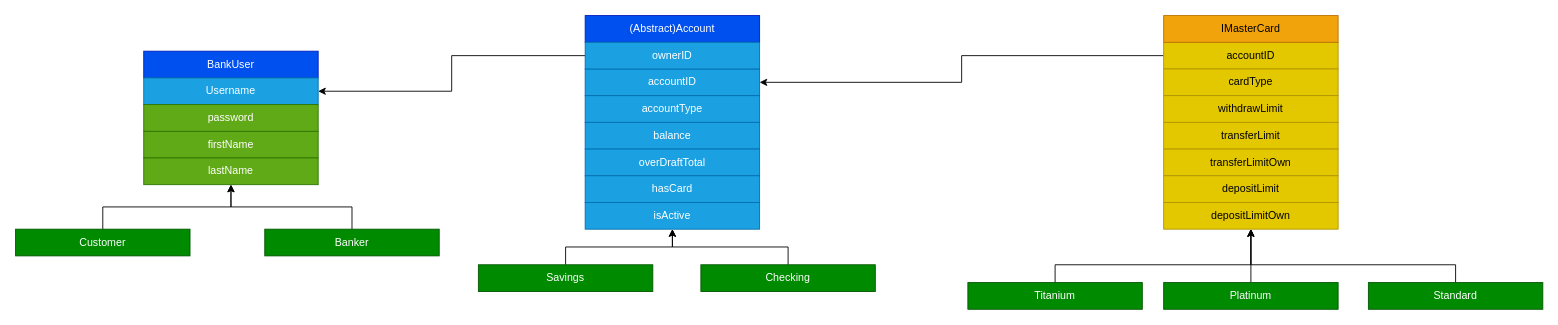
Salah-Dawood/Bank-with-Java keeps this draw.io diagram as Bank ERD.drawio. Above is the earlier version. Source tidied: cells renumbered, new cells numbered last; positions are measured from the earlier drawing's top-left corner, leaving out a move shared by most shapes. Both pictures are drawn from the tidied source at 89%, with x=0, y=0 at pixel (15, 15).
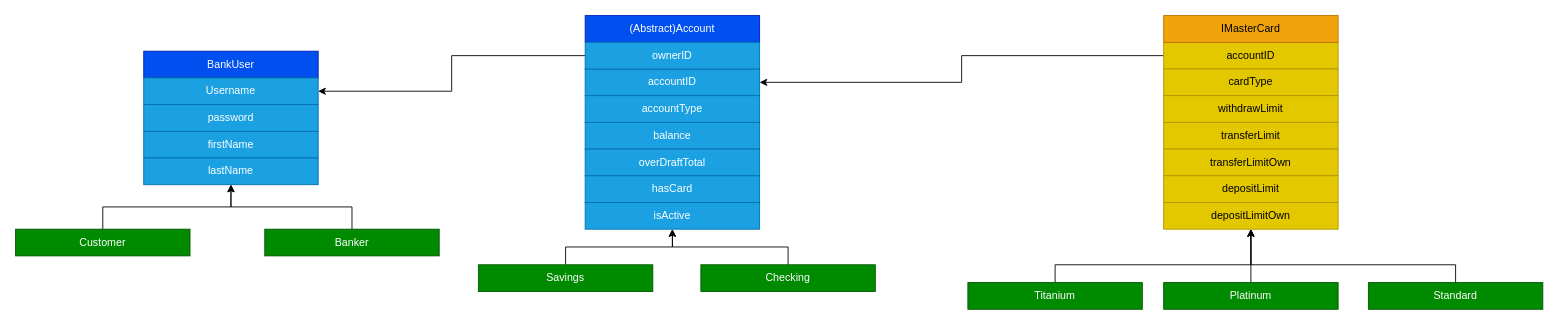
Above is the later version.

Diff of the diagram source:
```diff
@@
-    <mxCell id="2" value="firstName" style="rounded=0;whiteSpace=wrap;html=1;fillColor=#60a917;strokeColor=#2D7600;fontColor=#ffffff;" parent="1" vertex="1">
+    <mxCell id="2" value="firstName" style="rounded=0;whiteSpace=wrap;html=1;fillColor=#1ba1e2;strokeColor=#006EAF;fontColor=#ffffff;" parent="1" vertex="1">
       <mxGeometry x="144" y="130" width="196" height="30" as="geometry" />
     </mxCell>
@@
-    <mxCell id="5" value="password" style="rounded=0;whiteSpace=wrap;html=1;fillColor=#60a917;fontColor=#ffffff;strokeColor=#2D7600;" parent="1" vertex="1">
+    <mxCell id="5" value="password" style="rounded=0;whiteSpace=wrap;html=1;fillColor=#1ba1e2;fontColor=#ffffff;strokeColor=#006EAF;" parent="1" vertex="1">
       <mxGeometry x="144" y="100" width="196" height="30" as="geometry" />
     </mxCell>
-    <mxCell id="6" value="lastName" style="rounded=0;whiteSpace=wrap;html=1;fillColor=#60a917;fontColor=#ffffff;strokeColor=#2D7600;" parent="1" vertex="1">
+    <mxCell id="6" value="lastName" style="rounded=0;whiteSpace=wrap;html=1;fillColor=#1ba1e2;fontColor=#ffffff;strokeColor=#006EAF;" parent="1" vertex="1">
       <mxGeometry x="144" y="160" width="196" height="30" as="geometry" />
     </mxCell>
```
